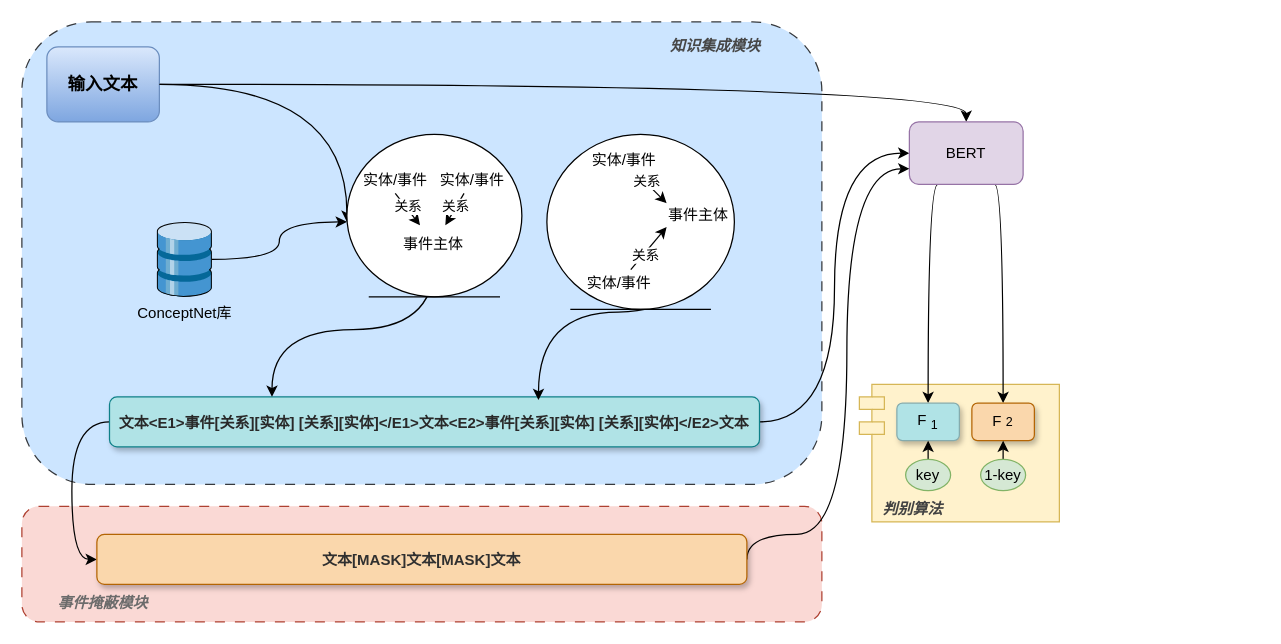
Above: page "模糊结构图" (2 of 13) of 2.drawio in JiaXinLI98/myProject (draw.io), before the change. Source tidied: cells renumbered, new cells numbered last; positions are measured from the earlier drawing's top-left corner, leaving out a move shared by most shapes. Both pictures are drawn from the tidied source at 125%, with x=0, y=0 at pixel (21, 21).
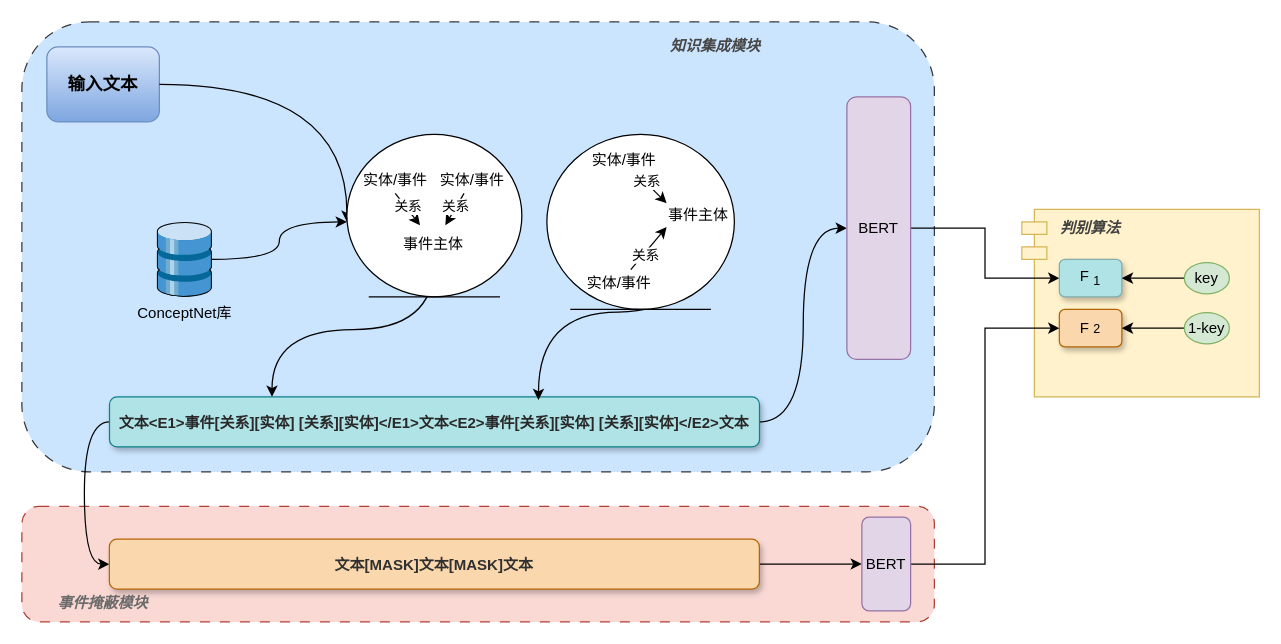
The same diagram, later.

Unchanged cells that the change refers to:
```xml
<mxCell id="5" value="输入文本" style="fillColor=#dae8fc;strokecolor=none;rounded=1;strokeColor=#6c8ebf;fontStyle=1;fontSize=14;whiteSpace=wrap;html=1;gradientColor=#7ea6e0;" parent="1" vertex="1">
  <mxGeometry x="20" y="20" width="90" height="60" as="geometry" />
</mxCell>
<mxCell id="13" value="&lt;font color=&quot;#292929&quot; style=&quot;font-size: 12px;&quot;&gt;文本&amp;lt;E1&amp;gt;事件[关系][实体] [关系][实体]&amp;lt;/E1&amp;gt;文本&amp;lt;E2&amp;gt;事件[关系][实体] [关系][实体]&amp;lt;/E2&amp;gt;文本&lt;/font&gt;" style="fillColor=#b0e3e6;strokecolor=none;rounded=1;strokeColor=#0e8088;fontStyle=1;fontSize=14;whiteSpace=wrap;html=1;shadow=1;glass=0;" parent="1" vertex="1">
  <mxGeometry x="70.1" y="300" width="520" height="40" as="geometry" />
</mxCell>
```

The edit, as a diff of the source:
```diff
@@
     <mxCell id="2" style="rounded=1;whiteSpace=wrap;html=1;dashed=1;dashPattern=8 8;fillColor=#fad9d5;strokeColor=#ae4132;" parent="1" vertex="1">
-      <mxGeometry y="387.5" width="640" height="92.5" as="geometry" />
+      <mxGeometry y="387.5" width="730" height="92.5" as="geometry" />
     </mxCell>
     <mxCell id="3" style="rounded=1;whiteSpace=wrap;html=1;dashed=1;dashPattern=8 8;fillColor=#cce5ff;strokeColor=#36393d;" parent="1" vertex="1">
-      <mxGeometry width="640" height="370" as="geometry" />
+      <mxGeometry width="730" height="360" as="geometry" />
     </mxCell>
-    <mxCell id="4" style="edgeStyle=orthogonalEdgeStyle;rounded=0;jettySize=auto;html=1;entryX=0.5;entryY=0;entryDx=0;entryDy=0;curved=1;" parent="1" edge="1" source="5" target="39">
-      <mxGeometry relative="1" as="geometry" />
-    </mxCell>
@@
+    <mxCell id="12" style="edgeStyle=orthogonalEdgeStyle;rounded=0;jettySize=auto;html=1;entryX=0;entryY=0.5;entryDx=0;entryDy=0;exitX=0;exitY=0.5;exitDx=0;exitDy=0;curved=1;" parent="1" edge="1" source="13" target="41">
+      <mxGeometry relative="1" as="geometry" />
+    </mxCell>
@@
-    <mxCell id="12" style="edgeStyle=orthogonalEdgeStyle;rounded=0;jettySize=auto;html=1;entryX=0;entryY=0.5;entryDx=0;entryDy=0;exitX=0;exitY=0.5;exitDx=0;exitDy=0;curved=1;" parent="1" edge="1" source="13" target="41">
-      <mxGeometry relative="1" as="geometry" />
-    </mxCell>
@@
     <mxCell id="36" style="shape=module;align=left;spacingLeft=20;align=center;verticalAlign=top;whiteSpace=wrap;html=1;fillColor=#fff2cc;strokeColor=#d6b656;" parent="1" vertex="1">
-      <mxGeometry x="670" y="290" width="160" height="110" as="geometry" />
+      <mxGeometry x="800" y="150" width="190" height="150" as="geometry" />
     </mxCell>
-    <mxCell id="37" style="edgeStyle=orthogonalEdgeStyle;rounded=0;jettySize=auto;html=1;exitX=0.25;exitY=1;exitDx=0;exitDy=0;curved=1;entryX=0.5;entryY=0;entryDx=0;entryDy=0;" parent="1" edge="1" source="39" target="43">
-      <mxGeometry relative="1" as="geometry">
-        <Array as="points">
-          <mxPoint x="725" y="130" />
-        </Array>
-      </mxGeometry>
+    <mxCell id="37" style="edgeStyle=orthogonalEdgeStyle;rounded=0;jettySize=auto;html=1;entryX=0;entryY=0.5;entryDx=0;entryDy=0;" parent="1" edge="1" source="39" target="43">
+      <mxGeometry relative="1" as="geometry" />
     </mxCell>
-    <mxCell id="38" style="edgeStyle=orthogonalEdgeStyle;rounded=0;jettySize=auto;html=1;exitX=0.75;exitY=1;exitDx=0;exitDy=0;entryX=0.5;entryY=0;entryDx=0;entryDy=0;curved=1;" parent="1" edge="1" source="39" target="44">
-      <mxGeometry relative="1" as="geometry">
-        <Array as="points">
-          <mxPoint x="785" y="130" />
-        </Array>
-      </mxGeometry>
-    </mxCell>
     <mxCell id="39" value="BERT" style="rounded=1;whiteSpace=wrap;html=1;fillColor=#e1d5e7;strokeColor=#9673a6;" parent="1" vertex="1">
-      <mxGeometry x="710" y="80" width="91" height="50" as="geometry" />
+      <mxGeometry x="660" y="60" width="51" height="210" as="geometry" />
     </mxCell>
-    <mxCell id="40" style="edgeStyle=orthogonalEdgeStyle;rounded=0;jettySize=auto;html=1;entryX=0;entryY=0.75;entryDx=0;entryDy=0;curved=1;exitX=1;exitY=0.5;exitDx=0;exitDy=0;" parent="1" edge="1" source="41" target="39">
-      <mxGeometry relative="1" as="geometry">
-        <Array as="points">
-          <mxPoint x="580" y="410" />
-          <mxPoint x="660" y="410" />
-          <mxPoint x="660" y="118" />
-        </Array>
-      </mxGeometry>
-    </mxCell>
+    <mxCell id="51" style="edgeStyle=orthogonalEdgeStyle;rounded=0;jettySize=auto;html=1;entryX=0;entryY=0.5;entryDx=0;entryDy=0;" parent="1" edge="1" source="41" target="53">
+      <mxGeometry relative="1" as="geometry" />
+    </mxCell>
     <mxCell id="41" value="&lt;font color=&quot;#303030&quot; style=&quot;font-size: 12px;&quot;&gt;文本[MASK]文本[MASK]文本&lt;/font&gt;" style="fillColor=#fad7ac;strokecolor=none;rounded=1;strokeColor=#b46504;fontStyle=1;fontSize=14;whiteSpace=wrap;html=1;shadow=1;" parent="1" vertex="1">
-      <mxGeometry x="60" y="410" width="520" height="40" as="geometry" />
+      <mxGeometry x="70" y="413.8" width="520" height="40" as="geometry" />
     </mxCell>
@@
     <mxCell id="43" value="F &lt;sub&gt;1&lt;/sub&gt;" style="rounded=1;whiteSpace=wrap;html=1;fillColor=#b0e3e6;strokeColor=#85ABAD;shadow=1;" parent="1" vertex="1">
-      <mxGeometry x="700" y="305" width="50" height="30" as="geometry" />
+      <mxGeometry x="830" y="190" width="50" height="30" as="geometry" />
     </mxCell>
     <mxCell id="44" value="F &lt;span style=&quot;font-size: 10px;&quot;&gt;2&lt;/span&gt;" style="rounded=1;whiteSpace=wrap;html=1;fillColor=#fad7ac;strokeColor=#b46504;shadow=1;" parent="1" vertex="1">
-      <mxGeometry x="760" y="305" width="50" height="30" as="geometry" />
+      <mxGeometry x="830" y="230" width="50" height="30" as="geometry" />
     </mxCell>
-    <mxCell id="45" style="edgeStyle=orthogonalEdgeStyle;rounded=0;jettySize=auto;html=1;exitX=0.5;exitY=0;exitDx=0;exitDy=0;entryX=0.5;entryY=1;entryDx=0;entryDy=0;" parent="1" edge="1" source="46" target="43">
+    <mxCell id="45" style="rounded=0;jettySize=auto;html=1;exitX=0;exitY=0.5;exitDx=0;exitDy=0;entryX=1;entryY=0.5;entryDx=0;entryDy=0;" parent="1" edge="1" source="46" target="43">
       <mxGeometry relative="1" as="geometry" />
     </mxCell>
     <mxCell id="46" value="key" style="ellipse;whiteSpace=wrap;html=1;fillColor=#d5e8d4;strokeColor=#82b366;" parent="1" vertex="1">
-      <mxGeometry x="707" y="350" width="36" height="25" as="geometry" />
+      <mxGeometry x="930" y="192.5" width="36" height="25" as="geometry" />
     </mxCell>
-    <mxCell id="47" style="edgeStyle=orthogonalEdgeStyle;rounded=0;jettySize=auto;html=1;exitX=0.5;exitY=0;exitDx=0;exitDy=0;entryX=0.5;entryY=1;entryDx=0;entryDy=0;" parent="1" edge="1" source="48" target="44">
+    <mxCell id="47" style="rounded=0;jettySize=auto;html=1;exitX=0;exitY=0.5;exitDx=0;exitDy=0;entryX=1;entryY=0.5;entryDx=0;entryDy=0;" parent="1" edge="1" source="48" target="44">
       <mxGeometry relative="1" as="geometry" />
     </mxCell>
     <mxCell id="48" value="1-key" style="ellipse;whiteSpace=wrap;html=1;fillColor=#d5e8d4;strokeColor=#82b366;" parent="1" vertex="1">
-      <mxGeometry x="767" y="350" width="36" height="25" as="geometry" />
+      <mxGeometry x="930" y="232.5" width="36" height="25" as="geometry" />
     </mxCell>
     <mxCell id="49" value="&lt;b&gt;&lt;i&gt;&lt;font color=&quot;#424242&quot;&gt;判别算法&lt;/font&gt;&lt;/i&gt;&lt;/b&gt;" style="text;html=1;strokeColor=none;fillColor=none;align=center;verticalAlign=middle;whiteSpace=wrap;rounded=0;" parent="1" vertex="1">
-      <mxGeometry x="683" y="375" width="60" height="30" as="geometry" />
+      <mxGeometry x="825" y="150" width="60" height="30" as="geometry" />
     </mxCell>
@@
+    <mxCell id="52" style="edgeStyle=orthogonalEdgeStyle;rounded=0;jettySize=auto;html=1;entryX=0;entryY=0.5;entryDx=0;entryDy=0;" parent="1" edge="1" source="53" target="44">
+      <mxGeometry relative="1" as="geometry" />
+    </mxCell>
+    <mxCell id="53" value="BERT" style="rounded=1;whiteSpace=wrap;html=1;fillColor=#e1d5e7;strokeColor=#9673a6;" parent="1" vertex="1">
+      <mxGeometry x="672" y="396.2" width="39" height="75" as="geometry" />
+    </mxCell>
```
